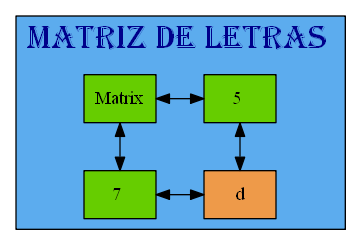
The Graphviz diagram Graficas/Table_Juego.dot.png in mariotun/EDD_1S2020_PY1_201602942, before a commit. Its source is kept beside it as Graficas/Table_Juego.dot.
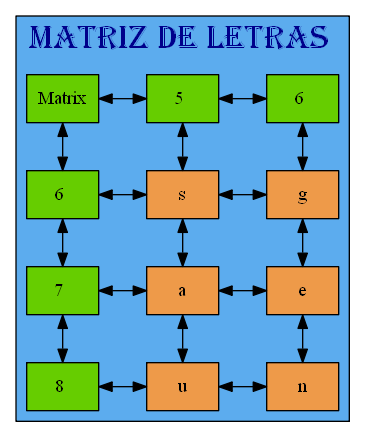
Later version of the same file.

Diff of the diagram source:
```diff
@@ -14,22 +14,43 @@
 node [shape=box fillcolor=chartreuse3];
 mt[label= "Matrix" style=radial group=0]
 {rank=same;
-0[label= "5 " style=radial,group=5]
-mt->0[dir=both];};
+25770493504[label= "5 " style=radial,group=5]
+0[label= "6 " style=radial,group=6]
+mt->25770493504->0[dir=both];};
 
-64[label= "7 " style=radial,group=0]
-mt->64[dir=both];
+25770480048[label= "6 " style=radial,group=0]
+25770480608[label= "7 " style=radial,group=0]
+64[label= "8 " style=radial,group=0]
+mt->25770480048->25770480608->64[dir=both];
 
 node[shape=box height=0.5 style=filled fontcolor=black fillcolor=tan2]
-25770521136[label="d" style=radial,group=5];
+25770479584[label="s" style=radial,group=5];
+node[shape=box height=0.5 style=filled fontcolor=black fillcolor=tan2]
+25770480112[label="a" style=radial,group=5];
+node[shape=box height=0.5 style=filled fontcolor=black fillcolor=tan2]
+25770480672[label="u" style=radial,group=5];
+node[shape=box height=0.5 style=filled fontcolor=black fillcolor=tan2]
+25770493632[label="g" style=radial,group=6];
+node[shape=box height=0.5 style=filled fontcolor=black fillcolor=tan2]
+25770493952[label="e" style=radial,group=6];
+node[shape=box height=0.5 style=filled fontcolor=black fillcolor=tan2]
+25770494304[label="n" style=radial,group=6];
 
 
-0->25770521136[dir=both]
+25770493504->25770479584->25770480112->25770480672[dir=both]
+0->25770493632->25770493952->25770494304[dir=both]
 
-25770521136[label="d"];
+25770479584[label="s"];
+25770493632[label="g"];
+25770480112[label="a"];
+25770493952[label="e"];
+25770480672[label="u"];
+25770494304[label="n"];
 
 
-{rank=same;64->25770521136[dir=both] }
+{rank=same;25770480048->25770479584->25770493632[dir=both] }
+{rank=same;25770480608->25770480112->25770493952[dir=both] }
+{rank=same;64->25770480672->25770494304[dir=both] }
  }
 
 }
```
